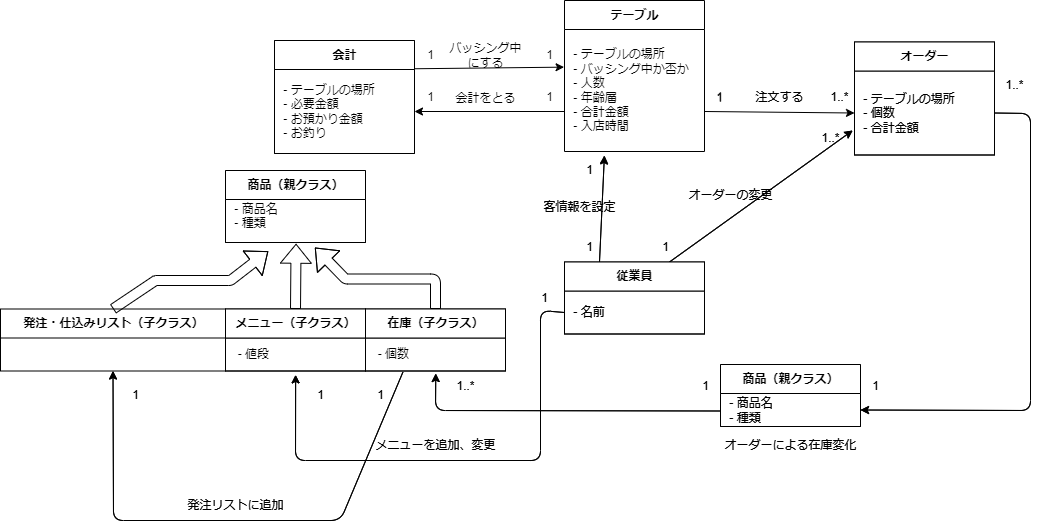
Above: psp4/クラス図/クラス図_統合版.drawio.png in MasakiHiguchi/--- (draw.io), before the change. Source tidied: cells renumbered, new cells last; positions are measured from the earlier drawing's top-left corner, leaving out a move shared by most shapes.
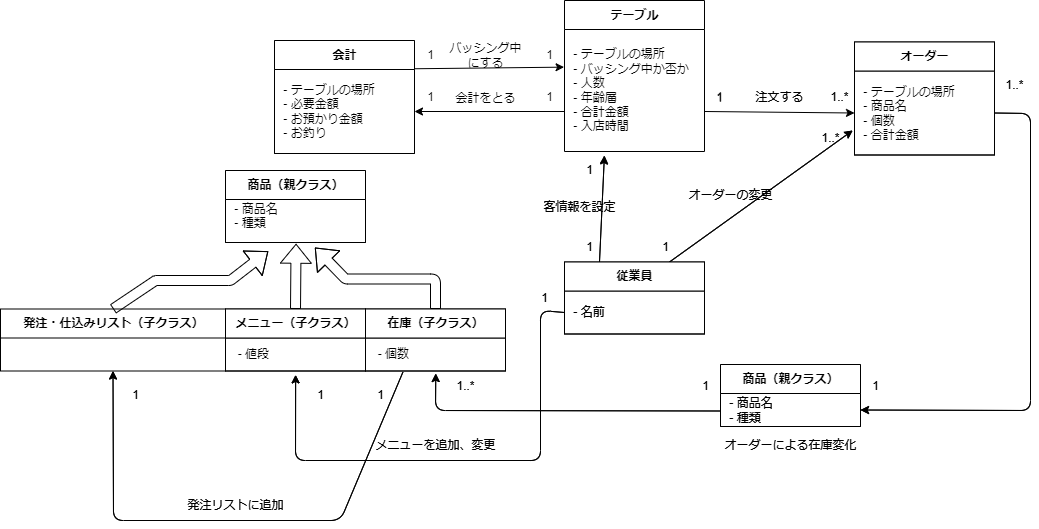
The same diagram one commit later.

Diff of the diagram source:
```diff
@@ -11,9 +11,9 @@
     <mxCell id="4" value="オーダー" style="swimlane;fontStyle=1;align=center;verticalAlign=middle;horizontal=1;startSize=29;html=1;" parent="1" vertex="1">
       <mxGeometry x="854" y="41.5" width="140" height="113" as="geometry" />
     </mxCell>
-    <mxCell id="5" value="&amp;nbsp;- テーブルの場所&lt;br&gt;&amp;nbsp;- 個数&lt;br&gt;&amp;nbsp;- 合計金額" style="text;html=1;strokeColor=none;fillColor=none;align=left;verticalAlign=middle;spacingLeft=4;spacingRight=4;overflow=hidden;points=[[0,0.5],[1,0.5]];portConstraint=eastwest;" parent="4" vertex="1">
-      <mxGeometry y="29" width="140" height="84" as="geometry" />
-    </mxCell>
+    <mxCell id="53" value="&amp;nbsp;- テーブルの場所&lt;br&gt;&amp;nbsp;- 商品名&lt;br&gt;&amp;nbsp;- 個数&lt;br&gt;&amp;nbsp;- 合計金額" style="text;html=1;strokeColor=none;fillColor=none;align=left;verticalAlign=middle;spacingLeft=4;spacingRight=4;overflow=hidden;points=[[0,0.5],[1,0.5]];portConstraint=eastwest;" parent="4" vertex="1">
+      <mxGeometry y="29" width="140" height="84" as="geometry" />
+    </mxCell>
     <mxCell id="6" value="1" style="text;html=1;align=center;verticalAlign=middle;strokeColor=none;fillColor=none;" parent="1" vertex="1">
       <mxGeometry x="704" y="81.5" width="30" height="30" as="geometry" />
     </mxCell>
@@ -26,8 +26,10 @@
     <mxCell id="9" style="edgeStyle=none;html=1;exitX=0.25;exitY=0;exitDx=0;exitDy=0;entryX=0.285;entryY=1.031;entryDx=0;entryDy=0;entryPerimeter=0;" parent="1" edge="1" source="11" target="3">
       <mxGeometry relative="1" as="geometry" />
     </mxCell>
-    <mxCell id="10" style="edgeStyle=none;html=1;exitX=0.75;exitY=0;exitDx=0;exitDy=0;entryX=-0.013;entryY=0.708;entryDx=0;entryDy=0;entryPerimeter=0;" parent="1" edge="1" source="11" target="5">
-      <mxGeometry relative="1" as="geometry" />
+    <mxCell id="10" style="edgeStyle=none;html=1;exitX=0.75;exitY=0;exitDx=0;exitDy=0;entryX=-0.013;entryY=0.708;entryDx=0;entryDy=0;entryPerimeter=0;" parent="1" edge="1" source="11">
+      <mxGeometry relative="1" as="geometry">
+        <mxPoint x="852.2" y="130" as="targetPoint" />
+      </mxGeometry>
     </mxCell>
     <mxCell id="11" value="従業員" style="swimlane;fontStyle=1;align=center;verticalAlign=middle;horizontal=1;startSize=29;html=1;" parent="1" vertex="1">
       <mxGeometry x="564" y="261.5" width="140" height="72" as="geometry" />
@@ -131,8 +133,9 @@
     <mxCell id="39" value="&amp;nbsp;- 商品名&lt;br&gt;&amp;nbsp;- 種類" style="text;html=1;strokeColor=none;fillColor=none;align=left;verticalAlign=middle;spacingLeft=4;spacingRight=4;overflow=hidden;points=[[0,0.5],[1,0.5]];portConstraint=eastwest;" parent="38" vertex="1">
       <mxGeometry y="29" width="140" height="33" as="geometry" />
     </mxCell>
-    <mxCell id="40" style="edgeStyle=none;html=1;exitX=1;exitY=0.5;exitDx=0;exitDy=0;entryX=1;entryY=0.5;entryDx=0;entryDy=0;" parent="1" edge="1" source="5" target="39">
+    <mxCell id="40" style="edgeStyle=none;html=1;exitX=1;exitY=0.5;exitDx=0;exitDy=0;entryX=1;entryY=0.5;entryDx=0;entryDy=0;" parent="1" edge="1" target="39">
       <mxGeometry relative="1" as="geometry">
+        <mxPoint x="994" y="112.5" as="sourcePoint" />
         <Array as="points">
           <mxPoint x="1030" y="113" />
           <mxPoint x="1030" y="410" />
@@ -187,9 +190,6 @@
     <mxCell id="52" value="オーダー" style="swimlane;fontStyle=1;align=center;verticalAlign=middle;horizontal=1;startSize=29;html=1;" parent="1" vertex="1">
       <mxGeometry x="854" y="41.5" width="140" height="113" as="geometry" />
     </mxCell>
-    <mxCell id="53" value="&amp;nbsp;- テーブルの場所&lt;br&gt;&amp;nbsp;- 個数&lt;br&gt;&amp;nbsp;- 合計金額" style="text;html=1;strokeColor=none;fillColor=none;align=left;verticalAlign=middle;spacingLeft=4;spacingRight=4;overflow=hidden;points=[[0,0.5],[1,0.5]];portConstraint=eastwest;" parent="52" vertex="1">
-      <mxGeometry y="29" width="140" height="84" as="geometry" />
-    </mxCell>
     <mxCell id="54" value="1" style="text;html=1;align=center;verticalAlign=middle;strokeColor=none;fillColor=none;" parent="1" vertex="1">
       <mxGeometry x="704" y="83" width="30" height="30" as="geometry" />
     </mxCell>
```
